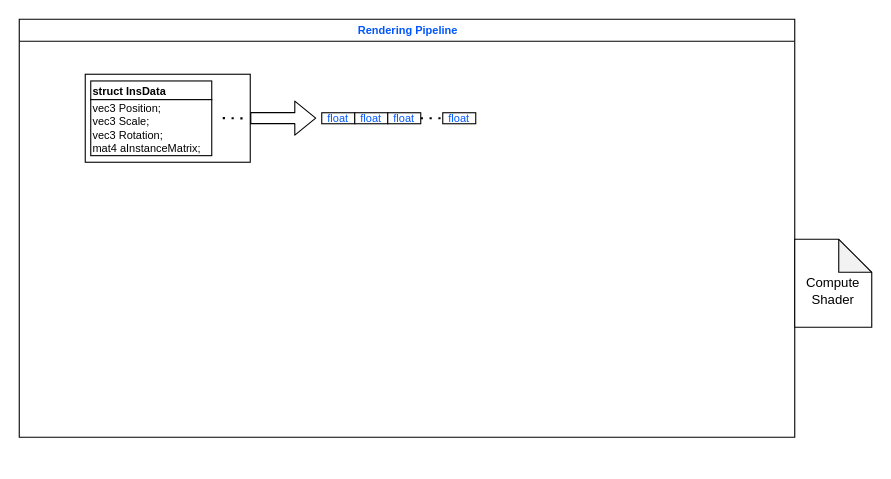
Duckbobs/OpenGL_Lab keeps this draw.io diagram as Untitled Diagram.drawio. Above is the earlier version. Source tidied: cells renumbered, new cells numbered last; positions are measured from the earlier drawing's top-left corner, leaving out a move shared by most shapes. Both pictures are drawn from the tidied source at 110%, with x=0, y=0 at pixel (19, 19).
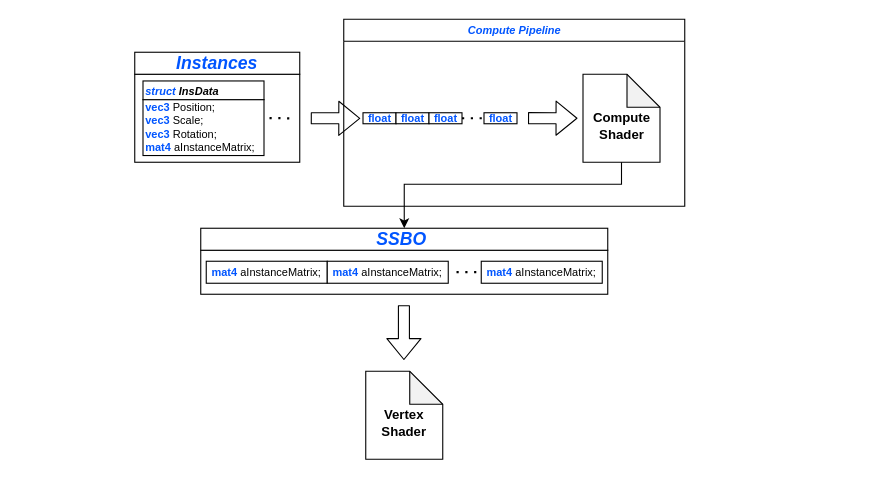
Above is the later version.

What changed in the source:
```diff
@@
-    <mxCell id="2" value="Rendering Pipeline" style="swimlane;html=1;startSize=20;horizontal=1;containerType=tree;fontSize=10;fontColor=#0055FF;align=center;" parent="1" vertex="1">
-      <mxGeometry width="705" height="380" as="geometry" />
+    <mxCell id="2" value="&lt;i&gt;Compute Pipeline&lt;/i&gt;" style="swimlane;html=1;startSize=20;horizontal=1;containerType=tree;fontSize=10;fontColor=#0055FF;align=center;" parent="1" vertex="1">
+      <mxGeometry x="295" width="310" height="170" as="geometry" />
     </mxCell>
     <mxCell id="3" style="whiteSpace=wrap;html=1;newEdgeStyle={&quot;edgeStyle&quot;:&quot;elbowEdgeStyle&quot;,&quot;startArrow&quot;:&quot;none&quot;,&quot;endArrow&quot;:&quot;none&quot;};" parent="2" vertex="1">
-      <mxGeometry x="60" y="50" width="150" height="80" as="geometry" />
+      <mxGeometry x="-190" y="50" width="150" height="80" as="geometry" />
     </mxCell>
-    <mxCell id="4" value="float" style="rounded=0;whiteSpace=wrap;html=1;fontSize=10;fontColor=#0055FF;align=center;" parent="2" vertex="1">
-      <mxGeometry x="275" y="85" width="30" height="10" as="geometry" />
-    </mxCell>
-    <mxCell id="5" value="float" style="rounded=0;whiteSpace=wrap;html=1;fontSize=10;fontColor=#0055FF;align=center;" parent="2" vertex="1">
-      <mxGeometry x="305" y="85" width="30" height="10" as="geometry" />
-    </mxCell>
-    <mxCell id="6" value="float" style="rounded=0;whiteSpace=wrap;html=1;fontSize=10;fontColor=#0055FF;align=center;" parent="2" vertex="1">
-      <mxGeometry x="335" y="85" width="30" height="10" as="geometry" />
-    </mxCell>
-    <mxCell id="7" style="endArrow=none;dashed=1;html=1;dashPattern=1 3;strokeWidth=2;" parent="2" edge="1">
-      <mxGeometry relative="1" as="geometry">
-        <mxPoint x="365" y="90" as="sourcePoint" />
-        <mxPoint x="385" y="90" as="targetPoint" />
-      </mxGeometry>
-    </mxCell>
-    <mxCell id="8" value="float" style="rounded=0;whiteSpace=wrap;html=1;fontSize=10;fontColor=#0055FF;align=center;" parent="2" vertex="1">
-      <mxGeometry x="385" y="85" width="30" height="10" as="geometry" />
-    </mxCell>
-    <mxCell id="9" style="shape=flexArrow;endArrow=classic;html=1;fontSize=10;fontColor=#0055FF;" parent="2" edge="1">
-      <mxGeometry relative="1" as="geometry">
-        <mxPoint x="210" y="89.9" as="sourcePoint" />
-        <mxPoint x="270" y="89.9" as="targetPoint" />
-      </mxGeometry>
-    </mxCell>
     <mxCell id="10" style="endArrow=none;dashed=1;html=1;dashPattern=1 3;strokeWidth=2;" parent="2" edge="1">
       <mxGeometry relative="1" as="geometry">
-        <mxPoint x="185" y="89.9" as="sourcePoint" />
-        <mxPoint x="205" y="90.1" as="targetPoint" />
+        <mxPoint x="-67.5" y="89.8" as="sourcePoint" />
+        <mxPoint x="-47.5" y="90.1" as="targetPoint" />
       </mxGeometry>
     </mxCell>
-    <mxCell id="11" value="&lt;span style=&quot;color: rgb(0 , 0 , 0) ; font-size: 12px&quot;&gt;&lt;br&gt;Compute Shader&lt;/span&gt;" style="shape=note;whiteSpace=wrap;html=1;backgroundOutline=1;darkOpacity=0.05;fontSize=10;fontColor=#0055FF;align=center;" parent="1" vertex="1">
-      <mxGeometry x="705" y="200" width="70" height="80" as="geometry" />
-    </mxCell>
+    <mxCell id="14" value="&lt;font style=&quot;font-size: 10px&quot;&gt;&lt;b&gt;vec3 &lt;/b&gt;&lt;font color=&quot;#000000&quot;&gt;Position;&lt;/font&gt;&lt;br style=&quot;color: rgb(0 , 0 , 0)&quot;&gt;&lt;/font&gt;&lt;div&gt;&lt;font style=&quot;font-size: 10px&quot;&gt;&lt;b&gt;vec3&lt;/b&gt; &lt;font color=&quot;#000000&quot;&gt;Scale;&lt;/font&gt;&lt;/font&gt;&lt;/div&gt;&lt;div&gt;&lt;font style=&quot;font-size: 10px&quot;&gt;&lt;b&gt;vec3&lt;/b&gt; &lt;font color=&quot;#000000&quot;&gt;Rotation;&lt;/font&gt;&lt;/font&gt;&lt;/div&gt;&lt;div&gt;&lt;font style=&quot;font-size: 10px&quot;&gt;&lt;b&gt;mat4&lt;/b&gt; &lt;font color=&quot;#000000&quot;&gt;aInstanceMatrix;&lt;/font&gt;&lt;/font&gt;&lt;/div&gt;" style="rounded=0;whiteSpace=wrap;html=1;fontSize=10;fontColor=#0055FF;align=left;" parent="2" vertex="1">
+      <mxGeometry x="-182.5" y="73" width="110" height="50.9" as="geometry" />
+    </mxCell>
-    <mxCell id="12" style="group;" parent="1" vertex="1">
-      <mxGeometry x="65" y="56.1" width="110" height="67.8" as="geometry" />
+    <mxCell id="12" style="group;" parent="2" vertex="1">
+      <mxGeometry x="-182.5" y="56.1" width="110" height="67.8" as="geometry" />
     </mxCell>
-    <mxCell id="13" value="&lt;span style=&quot;color: rgb(0 , 0 , 0) ; font-family: &amp;#34;helvetica&amp;#34; ; text-align: center&quot;&gt;&lt;font style=&quot;font-size: 10px&quot;&gt;&lt;b&gt;struct InsData&lt;/b&gt;&lt;/font&gt;&lt;/span&gt;&lt;span style=&quot;color: rgb(0 , 0 , 0) ; font-family: &amp;#34;helvetica&amp;#34; ; font-size: 12px&quot;&gt;&lt;br&gt;&lt;/span&gt;" style="rounded=0;whiteSpace=wrap;html=1;fontSize=10;fontColor=#0055FF;align=left;" parent="12" vertex="1">
+    <mxCell id="13" value="&lt;span style=&quot;font-family: &amp;#34;helvetica&amp;#34; ; text-align: center&quot;&gt;&lt;font style=&quot;font-size: 10px&quot;&gt;&lt;b&gt;&lt;i&gt;struct &lt;font color=&quot;#000000&quot;&gt;InsData&lt;/font&gt;&lt;/i&gt;&lt;/b&gt;&lt;/font&gt;&lt;/span&gt;&lt;span style=&quot;color: rgb(0 , 0 , 0) ; font-family: &amp;#34;helvetica&amp;#34; ; font-size: 12px&quot;&gt;&lt;br&gt;&lt;/span&gt;" style="rounded=0;whiteSpace=wrap;html=1;fontSize=10;fontColor=#0055FF;align=left;" parent="12" vertex="1">
       <mxGeometry width="110" height="17" as="geometry" />
     </mxCell>
-    <mxCell id="14" value="&lt;font style=&quot;font-size: 10px&quot;&gt;&lt;span style=&quot;color: rgb(0 , 0 , 0)&quot;&gt;vec3 Position;&lt;/span&gt;&lt;br style=&quot;color: rgb(0 , 0 , 0)&quot;&gt;&lt;/font&gt;&lt;div style=&quot;color: rgb(0 , 0 , 0)&quot;&gt;&lt;font style=&quot;font-size: 10px&quot;&gt;vec3 Scale;&lt;/font&gt;&lt;/div&gt;&lt;div style=&quot;color: rgb(0 , 0 , 0)&quot;&gt;&lt;font style=&quot;font-size: 10px&quot;&gt;vec3 Rotation;&lt;/font&gt;&lt;/div&gt;&lt;div style=&quot;color: rgb(0 , 0 , 0)&quot;&gt;&lt;font style=&quot;font-size: 10px&quot;&gt;mat4 aInstanceMatrix;&lt;/font&gt;&lt;/div&gt;" style="rounded=0;whiteSpace=wrap;html=1;fontSize=10;fontColor=#0055FF;align=left;" parent="12" vertex="1">
-      <mxGeometry y="17" width="110" height="50.9" as="geometry" />
-    </mxCell>
+    <mxCell id="15" value="&lt;b&gt;&lt;i&gt;Instances&lt;/i&gt;&lt;/b&gt;" style="rounded=0;whiteSpace=wrap;html=1;fontSize=16;fontColor=#0055FF;align=center;" parent="2" vertex="1">
+      <mxGeometry x="-190" y="30" width="150" height="20" as="geometry" />
+    </mxCell>
+    <mxCell id="9" style="shape=flexArrow;endArrow=classic;html=1;fontSize=10;fontColor=#0055FF;" parent="2" edge="1">
+      <mxGeometry relative="1" as="geometry">
+        <mxPoint x="-30" y="90" as="sourcePoint" />
+        <mxPoint x="15" y="90.1" as="targetPoint" />
+      </mxGeometry>
+    </mxCell>
+    <mxCell id="16" style="rounded=0;whiteSpace=wrap;html=1;fontSize=16;fontColor=#0055FF;align=center;" parent="1" vertex="1">
+      <mxGeometry x="165" y="210" width="370" height="40" as="geometry" />
+    </mxCell>
+    <mxCell id="17" value="&lt;b&gt;float&lt;/b&gt;" style="rounded=0;whiteSpace=wrap;html=1;fontSize=10;fontColor=#0055FF;align=center;" parent="1" vertex="1">
+      <mxGeometry x="312.5" y="85" width="30" height="10" as="geometry" />
+    </mxCell>
+    <mxCell id="18" value="&lt;b&gt;float&lt;/b&gt;" style="rounded=0;whiteSpace=wrap;html=1;fontSize=10;fontColor=#0055FF;align=center;" parent="1" vertex="1">
+      <mxGeometry x="342.5" y="85" width="30" height="10" as="geometry" />
+    </mxCell>
+    <mxCell id="19" value="&lt;b&gt;float&lt;/b&gt;" style="rounded=0;whiteSpace=wrap;html=1;fontSize=10;fontColor=#0055FF;align=center;" parent="1" vertex="1">
+      <mxGeometry x="372.5" y="85" width="30" height="10" as="geometry" />
+    </mxCell>
+    <mxCell id="20" style="endArrow=none;dashed=1;html=1;dashPattern=1 3;strokeWidth=2;" parent="1" edge="1">
+      <mxGeometry relative="1" as="geometry">
+        <mxPoint x="402.5" y="90" as="sourcePoint" />
+        <mxPoint x="422.5" y="90" as="targetPoint" />
+      </mxGeometry>
+    </mxCell>
+    <mxCell id="21" value="&lt;b&gt;float&lt;/b&gt;" style="rounded=0;whiteSpace=wrap;html=1;fontSize=10;fontColor=#0055FF;align=center;" parent="1" vertex="1">
+      <mxGeometry x="422.5" y="85" width="30" height="10" as="geometry" />
+    </mxCell>
+    <mxCell id="11" value="&lt;span style=&quot;color: rgb(0 , 0 , 0) ; font-size: 12px&quot;&gt;&lt;b&gt;&lt;br&gt;Compute Shader&lt;/b&gt;&lt;/span&gt;" style="shape=note;whiteSpace=wrap;html=1;backgroundOutline=1;darkOpacity=0.05;fontSize=10;fontColor=#0055FF;align=center;" parent="1" vertex="1">
+      <mxGeometry x="512.5" y="50" width="70" height="80" as="geometry" />
+    </mxCell>
+    <mxCell id="22" style="shape=flexArrow;endArrow=classic;html=1;fontSize=10;fontColor=#0055FF;" parent="1" edge="1">
+      <mxGeometry relative="1" as="geometry">
+        <mxPoint x="462.5" y="89.9" as="sourcePoint" />
+        <mxPoint x="507.5" y="90" as="targetPoint" />
+      </mxGeometry>
+    </mxCell>
+    <mxCell id="23" value="&lt;font style=&quot;font-size: 10px&quot;&gt;&lt;b style=&quot;text-align: left&quot;&gt;mat4&lt;/b&gt;&lt;span style=&quot;text-align: left&quot;&gt;&amp;nbsp;&lt;/span&gt;&lt;font color=&quot;#000000&quot; style=&quot;text-align: left ; font-size: 10px&quot;&gt;aInstanceMatrix;&lt;/font&gt;&lt;/font&gt;" style="rounded=0;whiteSpace=wrap;html=1;fontSize=10;fontColor=#0055FF;align=center;" parent="1" vertex="1">
+      <mxGeometry x="170" y="220" width="110" height="20" as="geometry" />
+    </mxCell>
+    <mxCell id="24" value="&lt;b style=&quot;text-align: left&quot;&gt;mat4&lt;/b&gt;&lt;span style=&quot;text-align: left&quot;&gt;&amp;nbsp;&lt;/span&gt;&lt;font color=&quot;#000000&quot; style=&quot;text-align: left&quot;&gt;aInstanceMatrix;&lt;/font&gt;" style="rounded=0;whiteSpace=wrap;html=1;fontSize=10;fontColor=#0055FF;align=center;" parent="1" vertex="1">
+      <mxGeometry x="280" y="220" width="110" height="20" as="geometry" />
+    </mxCell>
+    <mxCell id="25" style="endArrow=none;dashed=1;html=1;dashPattern=1 3;strokeWidth=2;" parent="1" edge="1">
+      <mxGeometry relative="1" as="geometry">
+        <mxPoint x="397.5" y="229.8" as="sourcePoint" />
+        <mxPoint x="417.5" y="229.8" as="targetPoint" />
+      </mxGeometry>
+    </mxCell>
+    <mxCell id="26" value="&lt;b style=&quot;text-align: left&quot;&gt;mat4&lt;/b&gt;&lt;span style=&quot;text-align: left&quot;&gt;&amp;nbsp;&lt;/span&gt;&lt;font color=&quot;#000000&quot; style=&quot;text-align: left&quot;&gt;aInstanceMatrix;&lt;/font&gt;" style="rounded=0;whiteSpace=wrap;html=1;fontSize=10;fontColor=#0055FF;align=center;" parent="1" vertex="1">
+      <mxGeometry x="420" y="220" width="110" height="20" as="geometry" />
+    </mxCell>
+    <mxCell id="27" value="&lt;b&gt;&lt;i&gt;SSBO&amp;nbsp;&lt;/i&gt;&lt;/b&gt;" style="rounded=0;whiteSpace=wrap;html=1;fontSize=16;fontColor=#0055FF;align=center;" parent="1" vertex="1">
+      <mxGeometry x="165" y="190" width="370" height="20" as="geometry" />
+    </mxCell>
+    <mxCell id="28" style="edgeStyle=orthogonalEdgeStyle;rounded=0;jettySize=auto;html=1;fontSize=10;fontColor=#0055FF;entryX=0.5;entryY=0;entryDx=0;entryDy=0;" parent="1" edge="1" source="11" target="27">
+      <mxGeometry relative="1" as="geometry">
+        <Array as="points">
+          <mxPoint x="547" y="150" />
+          <mxPoint x="350" y="150" />
+        </Array>
+      </mxGeometry>
+    </mxCell>
+    <mxCell id="29" value="&lt;span style=&quot;color: rgb(0 , 0 , 0) ; font-size: 12px&quot;&gt;&lt;b&gt;&lt;br&gt;Vertex&lt;br&gt;Shader&lt;/b&gt;&lt;/span&gt;" style="shape=note;whiteSpace=wrap;html=1;backgroundOutline=1;darkOpacity=0.05;fontSize=10;fontColor=#0055FF;align=center;" parent="1" vertex="1">
+      <mxGeometry x="315" y="320" width="70" height="80" as="geometry" />
+    </mxCell>
+    <mxCell id="30" style="shape=flexArrow;endArrow=classic;html=1;fontSize=10;fontColor=#0055FF;" parent="1" edge="1">
+      <mxGeometry relative="1" as="geometry">
+        <mxPoint x="349.7" y="260" as="sourcePoint" />
+        <mxPoint x="349.7" y="309.8" as="targetPoint" />
+      </mxGeometry>
+    </mxCell>
```
